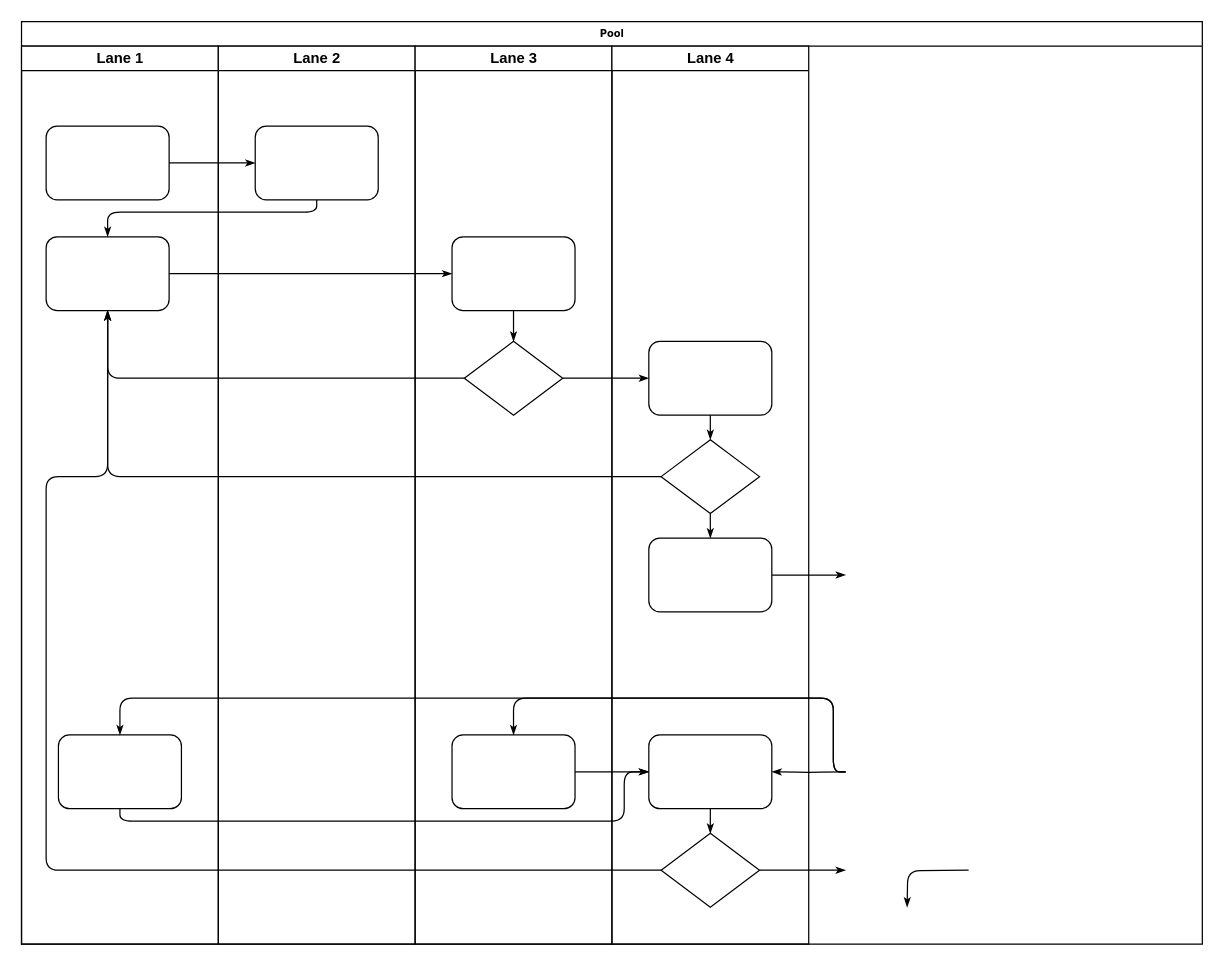
Above: Untitled Diagram.drawio in Ale-cc/Ale-cc-s-BLOG (draw.io), before the change. Source tidied: cells renumbered, new cells numbered last; positions are measured from the earlier drawing's top-left corner, leaving out a move shared by most shapes. Both pictures are drawn from the tidied source at 123%, with x=0, y=0 at pixel (21, 21).
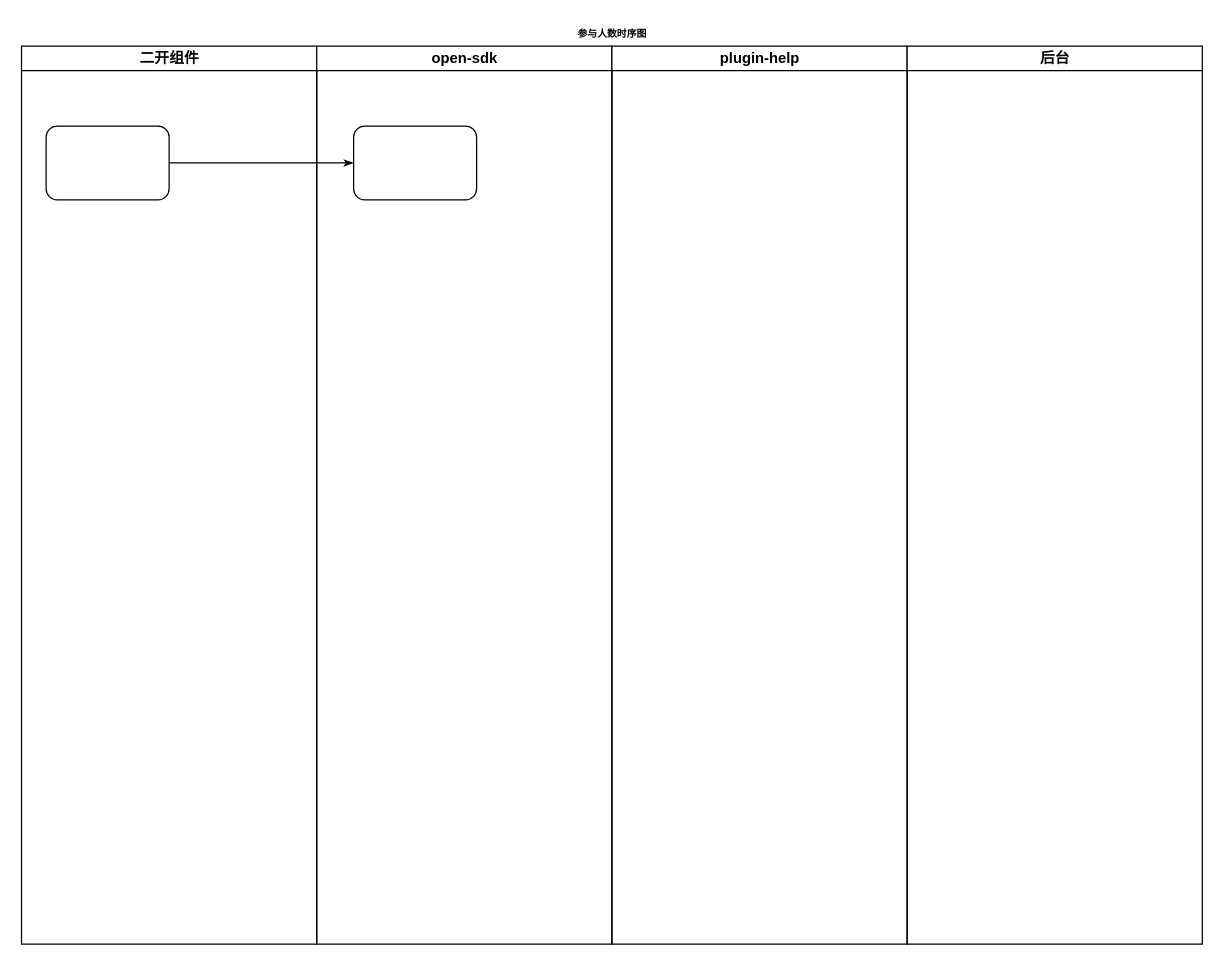
The same page after the edit.

The change refers to these unchanged cells:
```xml
<mxCell id="23" style="rounded=1;whiteSpace=wrap;html=1;shadow=0;labelBackgroundColor=none;strokeWidth=1;fontFamily=Verdana;fontSize=8;align=center;" parent="22" vertex="1">
  <mxGeometry x="30" y="65" width="100" height="60" as="geometry" />
</mxCell>
```

What changed in the source:
```diff
@@
-    <mxCell id="2" value="Pool" style="swimlane;html=1;startSize=20;rounded=0;shadow=0;labelBackgroundColor=none;strokeWidth=1;fontFamily=Verdana;fontSize=8;align=center;" parent="1" vertex="1">
+    <mxCell id="2" value="参与人数时序图" style="swimlane;html=1;startSize=20;rounded=0;shadow=0;labelBackgroundColor=none;strokeWidth=1;fontFamily=Verdana;fontSize=8;align=center;fillColor=default;strokeColor=none;" parent="1" vertex="1">
       <mxGeometry width="960" height="750" as="geometry" />
     </mxCell>
-    <mxCell id="3" value="Lane 1" style="swimlane;html=1;startSize=20;" parent="2" vertex="1">
-      <mxGeometry y="20" width="160" height="730" as="geometry" />
+    <mxCell id="3" value="二开组件" style="swimlane;html=1;startSize=20;" parent="2" vertex="1">
+      <mxGeometry y="20" width="240" height="730" as="geometry" />
     </mxCell>
@@
-    <mxCell id="5" style="rounded=1;whiteSpace=wrap;html=1;shadow=0;labelBackgroundColor=none;strokeWidth=1;fontFamily=Verdana;fontSize=8;align=center;" parent="3" vertex="1">
-      <mxGeometry x="20" y="155" width="100" height="60" as="geometry" />
-    </mxCell>
-    <mxCell id="6" style="rounded=1;whiteSpace=wrap;html=1;shadow=0;labelBackgroundColor=none;strokeWidth=1;fontFamily=Verdana;fontSize=8;align=center;" parent="3" vertex="1">
-      <mxGeometry x="30" y="560" width="100" height="60" as="geometry" />
-    </mxCell>
@@
-    <mxCell id="8" style="edgeStyle=orthogonalEdgeStyle;rounded=1;html=1;labelBackgroundColor=none;startArrow=none;startFill=0;startSize=5;endArrow=classicThin;endFill=1;endSize=5;jettySize=auto;strokeWidth=1;fontFamily=Verdana;fontSize=8;" parent="2" edge="1" source="23" target="5">
-      <mxGeometry relative="1" as="geometry">
-        <Array as="points">
-          <mxPoint x="240" y="155" />
-          <mxPoint x="70" y="155" />
-        </Array>
-      </mxGeometry>
-    </mxCell>
-    <mxCell id="9" style="edgeStyle=orthogonalEdgeStyle;rounded=1;html=1;labelBackgroundColor=none;startArrow=none;startFill=0;startSize=5;endArrow=classicThin;endFill=1;endSize=5;jettySize=auto;strokeWidth=1;fontFamily=Verdana;fontSize=8;" parent="2" edge="1" source="5" target="25">
-      <mxGeometry relative="1" as="geometry" />
-    </mxCell>
-    <mxCell id="10" style="edgeStyle=orthogonalEdgeStyle;rounded=1;html=1;labelBackgroundColor=none;startArrow=none;startFill=0;startSize=5;endArrow=classicThin;endFill=1;endSize=5;jettySize=auto;strokeWidth=1;fontFamily=Verdana;fontSize=8;" parent="2" edge="1" source="26" target="5">
-      <mxGeometry relative="1" as="geometry" />
-    </mxCell>
-    <mxCell id="11" style="edgeStyle=orthogonalEdgeStyle;rounded=1;html=1;labelBackgroundColor=none;startArrow=none;startFill=0;startSize=5;endArrow=classicThin;endFill=1;endSize=5;jettySize=auto;strokeWidth=1;fontFamily=Verdana;fontSize=8;" parent="2" edge="1" source="31" target="5">
-      <mxGeometry relative="1" as="geometry" />
-    </mxCell>
-    <mxCell id="12" style="edgeStyle=orthogonalEdgeStyle;rounded=1;html=1;labelBackgroundColor=none;startArrow=none;startFill=0;startSize=5;endArrow=classicThin;endFill=1;endSize=5;jettySize=auto;strokeWidth=1;fontFamily=Verdana;fontSize=8;" parent="2" edge="1" source="34" target="5">
-      <mxGeometry relative="1" as="geometry">
-        <Array as="points">
-          <mxPoint x="20" y="690" />
-          <mxPoint x="20" y="370" />
-          <mxPoint x="70" y="370" />
-        </Array>
-      </mxGeometry>
-    </mxCell>
-    <mxCell id="13" style="edgeStyle=orthogonalEdgeStyle;rounded=1;html=1;labelBackgroundColor=none;startArrow=none;startFill=0;startSize=5;endArrow=classicThin;endFill=1;endSize=5;jettySize=auto;strokeWidth=1;fontFamily=Verdana;fontSize=8;" parent="2" edge="1" source="26" target="30">
-      <mxGeometry relative="1" as="geometry" />
-    </mxCell>
-    <mxCell id="14" style="edgeStyle=orthogonalEdgeStyle;rounded=1;html=1;labelBackgroundColor=none;startArrow=none;startFill=0;startSize=5;endArrow=classicThin;endFill=1;endSize=5;jettySize=auto;strokeWidth=1;fontFamily=Verdana;fontSize=8;" parent="2" edge="1" source="34">
-      <mxGeometry relative="1" as="geometry">
-        <mxPoint x="670" y="690" as="targetPoint" />
-      </mxGeometry>
-    </mxCell>
-    <mxCell id="15" style="edgeStyle=orthogonalEdgeStyle;rounded=1;html=1;labelBackgroundColor=none;startArrow=none;startFill=0;startSize=5;endArrow=classicThin;endFill=1;endSize=5;jettySize=auto;orthogonalLoop=1;strokeWidth=1;fontFamily=Verdana;fontSize=8;" parent="2" edge="1">
-      <mxGeometry relative="1" as="geometry">
-        <mxPoint x="770" y="690" as="sourcePoint" />
-        <mxPoint x="720" y="720" as="targetPoint" />
-      </mxGeometry>
-    </mxCell>
-    <mxCell id="16" style="edgeStyle=orthogonalEdgeStyle;rounded=1;html=1;labelBackgroundColor=none;startArrow=none;startFill=0;startSize=5;endArrow=classicThin;endFill=1;endSize=5;jettySize=auto;strokeWidth=1;fontFamily=Verdana;fontSize=8;" parent="2" edge="1" source="32">
-      <mxGeometry relative="1" as="geometry">
-        <mxPoint x="670" y="450" as="targetPoint" />
-      </mxGeometry>
-    </mxCell>
-    <mxCell id="17" style="edgeStyle=orthogonalEdgeStyle;rounded=1;html=1;labelBackgroundColor=none;startArrow=none;startFill=0;startSize=5;endArrow=classicThin;endFill=1;endSize=5;jettySize=auto;strokeWidth=1;fontFamily=Verdana;fontSize=8;" parent="2" edge="1" target="27">
-      <mxGeometry relative="1" as="geometry">
-        <mxPoint x="670" y="610" as="sourcePoint" />
-        <Array as="points">
-          <mxPoint x="660" y="610" />
-          <mxPoint x="660" y="550" />
-          <mxPoint x="400" y="550" />
-        </Array>
-      </mxGeometry>
-    </mxCell>
-    <mxCell id="18" style="edgeStyle=orthogonalEdgeStyle;rounded=1;html=1;labelBackgroundColor=none;startArrow=none;startFill=0;startSize=5;endArrow=classicThin;endFill=1;endSize=5;jettySize=auto;strokeColor=#000000;strokeWidth=1;fontFamily=Verdana;fontSize=8;fontColor=#000000;" parent="2" edge="1" target="33">
-      <mxGeometry relative="1" as="geometry">
-        <mxPoint x="670" y="610" as="sourcePoint" />
-      </mxGeometry>
-    </mxCell>
-    <mxCell id="19" style="edgeStyle=orthogonalEdgeStyle;rounded=1;html=1;labelBackgroundColor=none;startArrow=none;startFill=0;startSize=5;endArrow=classicThin;endFill=1;endSize=5;jettySize=auto;strokeWidth=1;fontFamily=Verdana;fontSize=8;" parent="2" edge="1" target="6">
-      <mxGeometry relative="1" as="geometry">
-        <mxPoint x="670" y="610" as="sourcePoint" />
-        <Array as="points">
-          <mxPoint x="660" y="610" />
-          <mxPoint x="660" y="550" />
-          <mxPoint x="80" y="550" />
-        </Array>
-      </mxGeometry>
-    </mxCell>
-    <mxCell id="20" style="edgeStyle=orthogonalEdgeStyle;rounded=1;html=1;labelBackgroundColor=none;startArrow=none;startFill=0;startSize=5;endArrow=classicThin;endFill=1;endSize=5;jettySize=auto;strokeWidth=1;fontFamily=Verdana;fontSize=8;" parent="2" edge="1" source="6" target="33">
-      <mxGeometry relative="1" as="geometry">
-        <Array as="points">
-          <mxPoint x="80" y="650" />
-          <mxPoint x="490" y="650" />
-          <mxPoint x="490" y="610" />
-        </Array>
-      </mxGeometry>
-    </mxCell>
-    <mxCell id="21" style="edgeStyle=orthogonalEdgeStyle;rounded=1;html=1;labelBackgroundColor=none;startArrow=none;startFill=0;startSize=5;endArrow=classicThin;endFill=1;endSize=5;jettySize=auto;strokeWidth=1;fontFamily=Verdana;fontSize=8;" parent="2" edge="1" source="27" target="33">
-      <mxGeometry relative="1" as="geometry" />
-    </mxCell>
-    <mxCell id="22" value="Lane 2" style="swimlane;html=1;startSize=20;" parent="2" vertex="1">
-      <mxGeometry x="160" y="20" width="160" height="730" as="geometry" />
+    <mxCell id="22" value="open-sdk" style="swimlane;html=1;startSize=20;" parent="2" vertex="1">
+      <mxGeometry x="240" y="20" width="240" height="730" as="geometry" />
     </mxCell>
@@
-    <mxCell id="24" value="Lane 3" style="swimlane;html=1;startSize=20;" parent="2" vertex="1">
-      <mxGeometry x="320" y="20" width="160" height="730" as="geometry" />
+    <mxCell id="24" value="plugin-help" style="swimlane;html=1;startSize=20;" parent="2" vertex="1">
+      <mxGeometry x="480" y="20" width="240" height="730" as="geometry" />
     </mxCell>
-    <mxCell id="25" style="rounded=1;whiteSpace=wrap;html=1;shadow=0;labelBackgroundColor=none;strokeWidth=1;fontFamily=Verdana;fontSize=8;align=center;" parent="24" vertex="1">
-      <mxGeometry x="30" y="155" width="100" height="60" as="geometry" />
-    </mxCell>
-    <mxCell id="26" style="rhombus;whiteSpace=wrap;html=1;rounded=0;shadow=0;labelBackgroundColor=none;strokeWidth=1;fontFamily=Verdana;fontSize=8;align=center;" parent="24" vertex="1">
-      <mxGeometry x="40" y="240" width="80" height="60" as="geometry" />
-    </mxCell>
-    <mxCell id="27" style="rounded=1;whiteSpace=wrap;html=1;shadow=0;labelBackgroundColor=none;strokeWidth=1;fontFamily=Verdana;fontSize=8;align=center;" parent="24" vertex="1">
-      <mxGeometry x="30" y="560" width="100" height="60" as="geometry" />
-    </mxCell>
-    <mxCell id="28" style="edgeStyle=orthogonalEdgeStyle;rounded=1;html=1;labelBackgroundColor=none;startArrow=none;startFill=0;startSize=5;endArrow=classicThin;endFill=1;endSize=5;jettySize=auto;strokeWidth=1;fontFamily=Verdana;fontSize=8;" parent="24" edge="1" source="25" target="26">
-      <mxGeometry relative="1" as="geometry" />
-    </mxCell>
-    <mxCell id="29" value="Lane 4" style="swimlane;html=1;startSize=20;" parent="2" vertex="1">
-      <mxGeometry x="480" y="20" width="160" height="730" as="geometry" />
+    <mxCell id="29" value="后台" style="swimlane;html=1;startSize=20;" parent="2" vertex="1">
+      <mxGeometry x="720" y="20" width="240" height="730" as="geometry" />
     </mxCell>
-    <mxCell id="30" style="rounded=1;whiteSpace=wrap;html=1;shadow=0;labelBackgroundColor=none;strokeWidth=1;fontFamily=Verdana;fontSize=8;align=center;" parent="29" vertex="1">
-      <mxGeometry x="30" y="240" width="100" height="60" as="geometry" />
-    </mxCell>
-    <mxCell id="31" style="rhombus;whiteSpace=wrap;html=1;rounded=0;shadow=0;labelBackgroundColor=none;strokeWidth=1;fontFamily=Verdana;fontSize=8;align=center;" parent="29" vertex="1">
-      <mxGeometry x="40" y="320" width="80" height="60" as="geometry" />
-    </mxCell>
-    <mxCell id="32" style="rounded=1;whiteSpace=wrap;html=1;shadow=0;labelBackgroundColor=none;strokeWidth=1;fontFamily=Verdana;fontSize=8;align=center;" parent="29" vertex="1">
-      <mxGeometry x="30" y="400" width="100" height="60" as="geometry" />
-    </mxCell>
-    <mxCell id="33" style="rounded=1;whiteSpace=wrap;html=1;shadow=0;labelBackgroundColor=none;strokeWidth=1;fontFamily=Verdana;fontSize=8;align=center;" parent="29" vertex="1">
-      <mxGeometry x="30" y="560" width="100" height="60" as="geometry" />
-    </mxCell>
-    <mxCell id="34" style="rhombus;whiteSpace=wrap;html=1;rounded=0;shadow=0;labelBackgroundColor=none;strokeWidth=1;fontFamily=Verdana;fontSize=8;align=center;" parent="29" vertex="1">
-      <mxGeometry x="40" y="640" width="80" height="60" as="geometry" />
-    </mxCell>
-    <mxCell id="35" style="edgeStyle=orthogonalEdgeStyle;rounded=1;html=1;labelBackgroundColor=none;startArrow=none;startFill=0;startSize=5;endArrow=classicThin;endFill=1;endSize=5;jettySize=auto;strokeColor=#000000;strokeWidth=1;fontFamily=Verdana;fontSize=8;fontColor=#000000;" parent="29" edge="1" source="30" target="31">
-      <mxGeometry relative="1" as="geometry" />
-    </mxCell>
-    <mxCell id="36" style="edgeStyle=orthogonalEdgeStyle;rounded=1;html=1;labelBackgroundColor=none;startArrow=none;startFill=0;startSize=5;endArrow=classicThin;endFill=1;endSize=5;jettySize=auto;strokeWidth=1;fontFamily=Verdana;fontSize=8;" parent="29" edge="1" source="31" target="32">
-      <mxGeometry relative="1" as="geometry" />
-    </mxCell>
-    <mxCell id="37" style="edgeStyle=orthogonalEdgeStyle;rounded=1;html=1;labelBackgroundColor=none;startArrow=none;startFill=0;startSize=5;endArrow=classicThin;endFill=1;endSize=5;jettySize=auto;strokeWidth=1;fontFamily=Verdana;fontSize=8;" parent="29" edge="1" source="33" target="34">
-      <mxGeometry relative="1" as="geometry" />
-    </mxCell>
```
